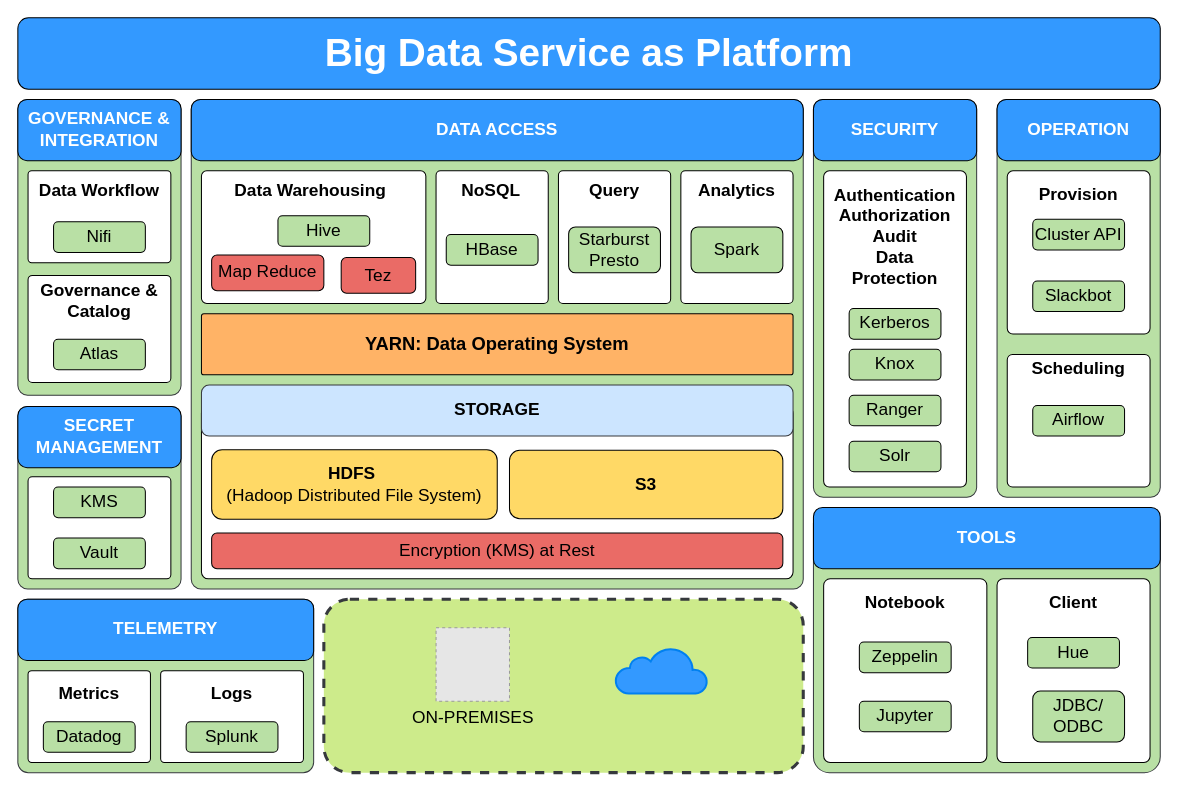
Earlier version of the draw.io diagram bigdata-architecture.drawio (iphysresearch/drawio). Source tidied: cells renumbered, new cells numbered last; positions are measured from the earlier drawing's top-left corner, leaving out a move shared by most shapes. Both pictures are drawn from the tidied source at 102%, with x=0, y=0 at pixel (17, 17). Pictures stored in the file or linked from it are replaced by grey dashed boxes.
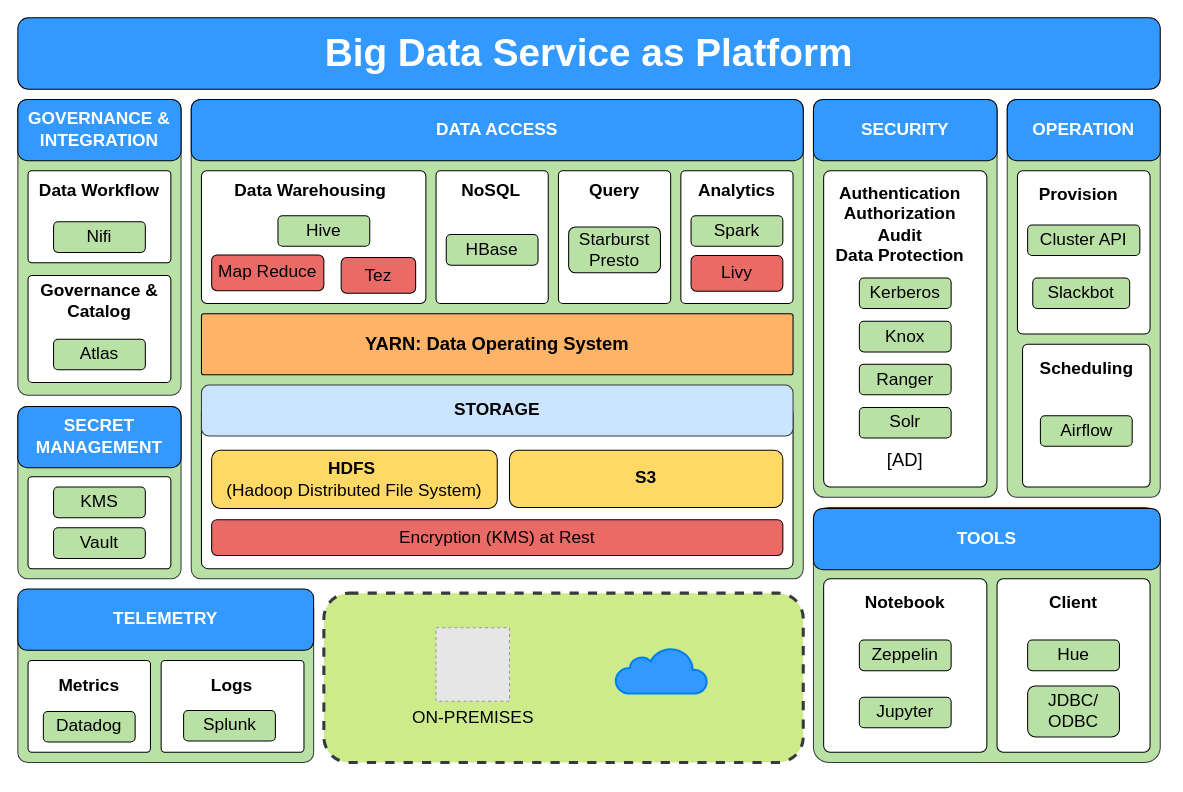
Above is the later version.

Change to the diagram source:
```diff
@@
     <mxCell id="2" style="rounded=1;whiteSpace=wrap;html=1;labelBackgroundColor=#67AB9F;fillColor=#B9E0A5;fontSize=15;arcSize=6;strokeColor=#36393d;" parent="1" vertex="1">
-      <mxGeometry y="570" width="290" height="170" as="geometry" />
+      <mxGeometry y="570" width="290" height="160" as="geometry" />
     </mxCell>
     <mxCell id="3" style="rounded=1;whiteSpace=wrap;html=1;labelBackgroundColor=none;fillColor=#FFFFFF;fontSize=17;fontColor=#FFFFFF;arcSize=4;" parent="1" vertex="1">
-      <mxGeometry x="140" y="640" width="140" height="90" as="geometry" />
+      <mxGeometry x="140.5" y="630" width="140" height="90" as="geometry" />
     </mxCell>
@@
     <mxCell id="12" style="rounded=1;whiteSpace=wrap;html=1;labelBackgroundColor=#67AB9F;fillColor=#B9E0A5;fontSize=15;arcSize=2;strokeColor=#36393d;" parent="1" vertex="1">
-      <mxGeometry x="170" y="80" width="600" height="480" as="geometry" />
+      <mxGeometry x="170" y="80" width="600" height="470" as="geometry" />
     </mxCell>
@@
-    <mxCell id="25" value="Spark" style="rounded=1;whiteSpace=wrap;html=1;labelBackgroundColor=none;fillColor=#B9E0A5;fontSize=17;fontColor=#000000;fontStyle=0;" parent="1" vertex="1">
-      <mxGeometry x="660" y="205" width="90" height="45" as="geometry" />
-    </mxCell>
@@
     <mxCell id="29" style="rounded=1;whiteSpace=wrap;html=1;labelBackgroundColor=none;fillColor=#FFFFFF;fontSize=17;fontColor=#FFFFFF;arcSize=4;" parent="1" vertex="1">
-      <mxGeometry x="180" y="381" width="580" height="169" as="geometry" />
+      <mxGeometry x="180" y="381" width="580" height="159" as="geometry" />
     </mxCell>
     <mxCell id="30" value="&lt;b&gt;HDFS&lt;/b&gt;&amp;nbsp;&lt;br&gt;(Hadoop Distributed File System)" style="rounded=1;whiteSpace=wrap;html=1;labelBackgroundColor=none;fillColor=#FFD966;fontSize=17;fontColor=#000000;fontStyle=0;" parent="1" vertex="1">
-      <mxGeometry x="190" y="423.5" width="280" height="68" as="geometry" />
+      <mxGeometry x="190" y="424" width="280" height="57" as="geometry" />
     </mxCell>
     <mxCell id="31" value="S3" style="rounded=1;whiteSpace=wrap;html=1;labelBackgroundColor=none;fillColor=#FFD966;fontSize=17;fontColor=#000000;fontStyle=1;" parent="1" vertex="1">
-      <mxGeometry x="482" y="424" width="268" height="67" as="geometry" />
+      <mxGeometry x="482" y="424" width="268" height="56" as="geometry" />
     </mxCell>
     <mxCell id="32" style="rounded=1;whiteSpace=wrap;html=1;labelBackgroundColor=#67AB9F;fillColor=#B9E0A5;fontSize=15;arcSize=6;strokeColor=#36393d;" parent="1" vertex="1">
-      <mxGeometry x="780" y="80" width="160" height="390" as="geometry" />
+      <mxGeometry x="780" y="80" width="180" height="390" as="geometry" />
     </mxCell>
     <mxCell id="33" value="SECURITY" style="rounded=1;whiteSpace=wrap;html=1;labelBackgroundColor=none;fillColor=#3399FF;fontSize=17;fontColor=#FFFFFF;fontStyle=1;" parent="1" vertex="1">
-      <mxGeometry x="780" y="80" width="160" height="60" as="geometry" />
+      <mxGeometry x="780" y="80" width="180" height="60" as="geometry" />
     </mxCell>
     <mxCell id="34" style="rounded=1;whiteSpace=wrap;html=1;labelBackgroundColor=none;fillColor=#FFFFFF;fontSize=17;fontColor=#FFFFFF;arcSize=4;" parent="1" vertex="1">
-      <mxGeometry x="790" y="150" width="140" height="310" as="geometry" />
+      <mxGeometry x="790" y="150" width="160" height="310" as="geometry" />
     </mxCell>
     <mxCell id="35" value="Authentication&lt;br&gt;Authorization&lt;br&gt;Audit&lt;br&gt;Data Protection" style="text;html=1;strokeColor=none;fillColor=none;align=center;verticalAlign=middle;whiteSpace=wrap;rounded=0;labelBackgroundColor=none;fontSize=17;fontColor=#000000;fontStyle=1;" parent="1" vertex="1">
-      <mxGeometry x="800" y="210" width="120" height="10" as="geometry" />
+      <mxGeometry x="800" y="198" width="130" height="10" as="geometry" />
     </mxCell>
     <mxCell id="36" value="Kerberos" style="rounded=1;whiteSpace=wrap;html=1;labelBackgroundColor=none;fillColor=#B9E0A5;fontSize=17;fontColor=#000000;fontStyle=0;" parent="1" vertex="1">
-      <mxGeometry x="815" y="285" width="90" height="30" as="geometry" />
+      <mxGeometry x="825" y="255" width="90" height="30" as="geometry" />
     </mxCell>
     <mxCell id="37" value="Knox" style="rounded=1;whiteSpace=wrap;html=1;labelBackgroundColor=none;fillColor=#B9E0A5;fontSize=17;fontColor=#000000;fontStyle=0;" parent="1" vertex="1">
-      <mxGeometry x="815" y="325" width="90" height="30" as="geometry" />
+      <mxGeometry x="825" y="297.5" width="90" height="30" as="geometry" />
     </mxCell>
     <mxCell id="38" value="Ranger" style="rounded=1;whiteSpace=wrap;html=1;labelBackgroundColor=none;fillColor=#B9E0A5;fontSize=17;fontColor=#000000;fontStyle=0;" parent="1" vertex="1">
-      <mxGeometry x="815" y="370" width="90" height="30" as="geometry" />
+      <mxGeometry x="825" y="339.5" width="90" height="30" as="geometry" />
     </mxCell>
@@
     <mxCell id="40" style="rounded=1;whiteSpace=wrap;html=1;labelBackgroundColor=#67AB9F;fillColor=#B9E0A5;fontSize=15;arcSize=6;strokeColor=#36393d;" parent="1" vertex="1">
-      <mxGeometry x="960" y="80" width="160" height="390" as="geometry" />
+      <mxGeometry x="970" y="80" width="150" height="390" as="geometry" />
     </mxCell>
     <mxCell id="41" value="OPERATION" style="rounded=1;whiteSpace=wrap;html=1;labelBackgroundColor=none;fillColor=#3399FF;fontSize=17;fontColor=#FFFFFF;fontStyle=1;" parent="1" vertex="1">
-      <mxGeometry x="960" y="80" width="160" height="60" as="geometry" />
+      <mxGeometry x="970" y="80" width="150" height="60" as="geometry" />
     </mxCell>
     <mxCell id="42" style="rounded=1;whiteSpace=wrap;html=1;labelBackgroundColor=none;fillColor=#FFFFFF;fontSize=17;fontColor=#FFFFFF;arcSize=4;" parent="1" vertex="1">
-      <mxGeometry x="970" y="150" width="140" height="160" as="geometry" />
+      <mxGeometry x="980" y="150" width="130" height="160" as="geometry" />
     </mxCell>
@@
     <mxCell id="44" value="Cluster API" style="rounded=1;whiteSpace=wrap;html=1;labelBackgroundColor=none;fillColor=#B9E0A5;fontSize=17;fontColor=#000000;fontStyle=0;" parent="1" vertex="1">
-      <mxGeometry x="995" y="197.5" width="90" height="30" as="geometry" />
+      <mxGeometry x="990" y="203" width="110" height="30" as="geometry" />
     </mxCell>
     <mxCell id="45" value="Slackbot" style="rounded=1;whiteSpace=wrap;html=1;labelBackgroundColor=none;fillColor=#B9E0A5;fontSize=17;fontColor=#000000;fontStyle=0;" parent="1" vertex="1">
-      <mxGeometry x="995" y="258" width="90" height="30" as="geometry" />
+      <mxGeometry x="995" y="255" width="95" height="30" as="geometry" />
     </mxCell>
     <mxCell id="46" style="rounded=1;whiteSpace=wrap;html=1;labelBackgroundColor=none;fillColor=#FFFFFF;fontSize=17;fontColor=#FFFFFF;arcSize=4;" parent="1" vertex="1">
-      <mxGeometry x="970" y="330" width="140" height="130" as="geometry" />
+      <mxGeometry x="985" y="320" width="125" height="140" as="geometry" />
     </mxCell>
     <mxCell id="47" value="Scheduling" style="text;html=1;strokeColor=none;fillColor=none;align=center;verticalAlign=middle;whiteSpace=wrap;rounded=0;labelBackgroundColor=none;fontSize=17;fontColor=#000000;fontStyle=1;" parent="1" vertex="1">
-      <mxGeometry x="980" y="335" width="120" height="20" as="geometry" />
+      <mxGeometry x="987.5" y="334.5" width="120" height="20" as="geometry" />
     </mxCell>
     <mxCell id="48" value="Airflow" style="rounded=1;whiteSpace=wrap;html=1;labelBackgroundColor=none;fillColor=#B9E0A5;fontSize=17;fontColor=#000000;fontStyle=0;" parent="1" vertex="1">
-      <mxGeometry x="995" y="380" width="90" height="30" as="geometry" />
+      <mxGeometry x="1002.5" y="390" width="90" height="30" as="geometry" />
     </mxCell>
     <mxCell id="49" style="rounded=1;whiteSpace=wrap;html=1;labelBackgroundColor=none;fillColor=#cdeb8b;fontSize=17;dashed=1;strokeWidth=3;strokeColor=#36393d;" parent="1" vertex="1">
-      <mxGeometry x="300" y="570" width="470" height="170" as="geometry" />
+      <mxGeometry x="300" y="564" width="470" height="166" as="geometry" />
     </mxCell>
@@
     <mxCell id="53" value="Solr" style="rounded=1;whiteSpace=wrap;html=1;labelBackgroundColor=none;fillColor=#B9E0A5;fontSize=17;fontColor=#000000;fontStyle=0;" parent="1" vertex="1">
-      <mxGeometry x="815" y="415" width="90" height="30" as="geometry" />
+      <mxGeometry x="825" y="382" width="90" height="30" as="geometry" />
     </mxCell>
     <mxCell id="54" style="rounded=1;whiteSpace=wrap;html=1;labelBackgroundColor=#67AB9F;fillColor=#B9E0A5;fontSize=15;arcSize=6;strokeColor=#36393d;" parent="1" vertex="1">
-      <mxGeometry y="381" width="160" height="179" as="geometry" />
+      <mxGeometry y="381" width="160" height="169" as="geometry" />
     </mxCell>
@@
     <mxCell id="56" style="rounded=1;whiteSpace=wrap;html=1;labelBackgroundColor=none;fillColor=#FFFFFF;fontSize=17;fontColor=#FFFFFF;arcSize=4;" parent="1" vertex="1">
-      <mxGeometry x="10" y="450" width="140" height="100" as="geometry" />
+      <mxGeometry x="10" y="450" width="140" height="90" as="geometry" />
     </mxCell>
@@
     <mxCell id="58" value="Vault" style="rounded=1;whiteSpace=wrap;html=1;labelBackgroundColor=none;fillColor=#B9E0A5;fontSize=17;fontColor=#000000;fontStyle=0;" parent="1" vertex="1">
-      <mxGeometry x="35" y="510" width="90" height="30" as="geometry" />
+      <mxGeometry x="35" y="500" width="90" height="30" as="geometry" />
     </mxCell>
     <mxCell id="59" style="rounded=1;whiteSpace=wrap;html=1;labelBackgroundColor=#67AB9F;fillColor=#B9E0A5;fontSize=15;arcSize=6;strokeColor=#36393d;" parent="1" vertex="1">
-      <mxGeometry x="780" y="480" width="340" height="260" as="geometry" />
+      <mxGeometry x="780" y="480" width="340" height="250" as="geometry" />
     </mxCell>
     <mxCell id="60" value="TOOLS" style="rounded=1;whiteSpace=wrap;html=1;labelBackgroundColor=none;fillColor=#3399FF;fontSize=17;fontColor=#FFFFFF;fontStyle=1;" parent="1" vertex="1">
-      <mxGeometry x="780" y="480" width="340" height="60" as="geometry" />
+      <mxGeometry x="780" y="481" width="340" height="60" as="geometry" />
     </mxCell>
     <mxCell id="61" style="rounded=1;whiteSpace=wrap;html=1;labelBackgroundColor=none;fillColor=#FFFFFF;fontSize=17;fontColor=#FFFFFF;arcSize=4;" parent="1" vertex="1">
-      <mxGeometry x="790" y="550" width="160" height="180" as="geometry" />
+      <mxGeometry x="790" y="550" width="160" height="170" as="geometry" />
     </mxCell>
@@
     <mxCell id="63" value="Zeppelin" style="rounded=1;whiteSpace=wrap;html=1;labelBackgroundColor=none;fillColor=#B9E0A5;fontSize=17;fontColor=#000000;fontStyle=0;" parent="1" vertex="1">
-      <mxGeometry x="825" y="612" width="90" height="30" as="geometry" />
+      <mxGeometry x="825" y="610" width="90" height="30" as="geometry" />
     </mxCell>
     <mxCell id="64" value="Jupyter" style="rounded=1;whiteSpace=wrap;html=1;labelBackgroundColor=none;fillColor=#B9E0A5;fontSize=17;fontColor=#000000;fontStyle=0;" parent="1" vertex="1">
-      <mxGeometry x="825" y="670" width="90" height="30" as="geometry" />
+      <mxGeometry x="825" y="666" width="90" height="30" as="geometry" />
     </mxCell>
     <mxCell id="65" style="rounded=1;whiteSpace=wrap;html=1;labelBackgroundColor=none;fillColor=#FFFFFF;fontSize=17;fontColor=#FFFFFF;arcSize=4;" parent="1" vertex="1">
-      <mxGeometry x="960" y="550" width="150" height="180" as="geometry" />
+      <mxGeometry x="960" y="550" width="150" height="170" as="geometry" />
     </mxCell>
@@
     <mxCell id="67" value="Hue" style="rounded=1;whiteSpace=wrap;html=1;labelBackgroundColor=none;fillColor=#B9E0A5;fontSize=17;fontColor=#000000;fontStyle=0;" parent="1" vertex="1">
-      <mxGeometry x="990" y="607.5" width="90" height="30" as="geometry" />
+      <mxGeometry x="990" y="610" width="90" height="30" as="geometry" />
     </mxCell>
     <mxCell id="68" value="JDBC/&lt;br&gt;ODBC" style="rounded=1;whiteSpace=wrap;html=1;labelBackgroundColor=none;fillColor=#B9E0A5;fontSize=17;fontColor=#000000;fontStyle=0;" parent="1" vertex="1">
-      <mxGeometry x="995" y="660" width="90" height="50" as="geometry" />
+      <mxGeometry x="990" y="655" width="90" height="50" as="geometry" />
     </mxCell>
     <mxCell id="69" value="Encryption (KMS) at Rest" style="rounded=1;whiteSpace=wrap;html=1;labelBackgroundColor=none;fillColor=#EA6B66;fontSize=17;fontColor=#000000;" parent="1" vertex="1">
-      <mxGeometry x="190" y="505" width="560" height="35" as="geometry" />
+      <mxGeometry x="190" y="492" width="560" height="35" as="geometry" />
     </mxCell>
     <mxCell id="70" value="TELEMETRY" style="rounded=1;whiteSpace=wrap;html=1;labelBackgroundColor=none;fillColor=#3399FF;fontSize=17;fontColor=#FFFFFF;fontStyle=1;" parent="1" vertex="1">
-      <mxGeometry y="570" width="290" height="60" as="geometry" />
+      <mxGeometry y="560" width="290" height="60" as="geometry" />
     </mxCell>
     <mxCell id="71" style="rounded=1;whiteSpace=wrap;html=1;labelBackgroundColor=none;fillColor=#FFFFFF;fontSize=17;fontColor=#FFFFFF;arcSize=4;" parent="1" vertex="1">
-      <mxGeometry x="10" y="640" width="120" height="90" as="geometry" />
+      <mxGeometry x="10" y="630" width="120" height="90" as="geometry" />
     </mxCell>
     <mxCell id="72" value="Datadog" style="rounded=1;whiteSpace=wrap;html=1;labelBackgroundColor=none;fillColor=#B9E0A5;fontSize=17;fontColor=#000000;fontStyle=0;" parent="1" vertex="1">
-      <mxGeometry x="25" y="690" width="90" height="30" as="geometry" />
+      <mxGeometry x="25" y="680" width="90" height="30" as="geometry" />
     </mxCell>
     <mxCell id="73" value="Splunk" style="rounded=1;whiteSpace=wrap;html=1;labelBackgroundColor=none;fillColor=#B9E0A5;fontSize=17;fontColor=#000000;fontStyle=0;" parent="1" vertex="1">
-      <mxGeometry x="165" y="690" width="90" height="30" as="geometry" />
+      <mxGeometry x="162.5" y="679" width="90" height="30" as="geometry" />
     </mxCell>
     <mxCell id="74" value="Metrics" style="text;html=1;strokeColor=none;fillColor=none;align=center;verticalAlign=middle;whiteSpace=wrap;rounded=0;labelBackgroundColor=none;fontSize=17;fontColor=#000000;fontStyle=1;" parent="1" vertex="1">
-      <mxGeometry x="10" y="652.5" width="120" height="20" as="geometry" />
+      <mxGeometry x="10" y="645" width="120" height="20" as="geometry" />
     </mxCell>
     <mxCell id="75" value="Logs" style="text;html=1;strokeColor=none;fillColor=none;align=center;verticalAlign=middle;whiteSpace=wrap;rounded=0;labelBackgroundColor=none;fontSize=17;fontColor=#000000;fontStyle=1;" parent="1" vertex="1">
-      <mxGeometry x="150" y="652.5" width="120" height="20" as="geometry" />
+      <mxGeometry x="150" y="645" width="120" height="20" as="geometry" />
     </mxCell>
+    <mxCell id="76" value="Livy" style="rounded=1;whiteSpace=wrap;html=1;labelBackgroundColor=none;fillColor=#EA6B66;fontSize=17;fontColor=#000000;" parent="1" vertex="1">
+      <mxGeometry x="660" y="233" width="90" height="35" as="geometry" />
+    </mxCell>
+    <mxCell id="25" value="Spark" style="rounded=1;whiteSpace=wrap;html=1;labelBackgroundColor=none;fillColor=#B9E0A5;fontSize=17;fontColor=#000000;fontStyle=0;" parent="1" vertex="1">
+      <mxGeometry x="660" y="194" width="90" height="30" as="geometry" />
+    </mxCell>
+    <mxCell id="77" value="[AD]" style="text;html=1;strokeColor=none;fillColor=none;align=center;verticalAlign=middle;whiteSpace=wrap;rounded=0;dashed=1;labelBackgroundColor=none;fontSize=18;fontColor=#000000;" parent="1" vertex="1">
+      <mxGeometry x="800" y="424" width="140" height="20" as="geometry" />
+    </mxCell>
```
